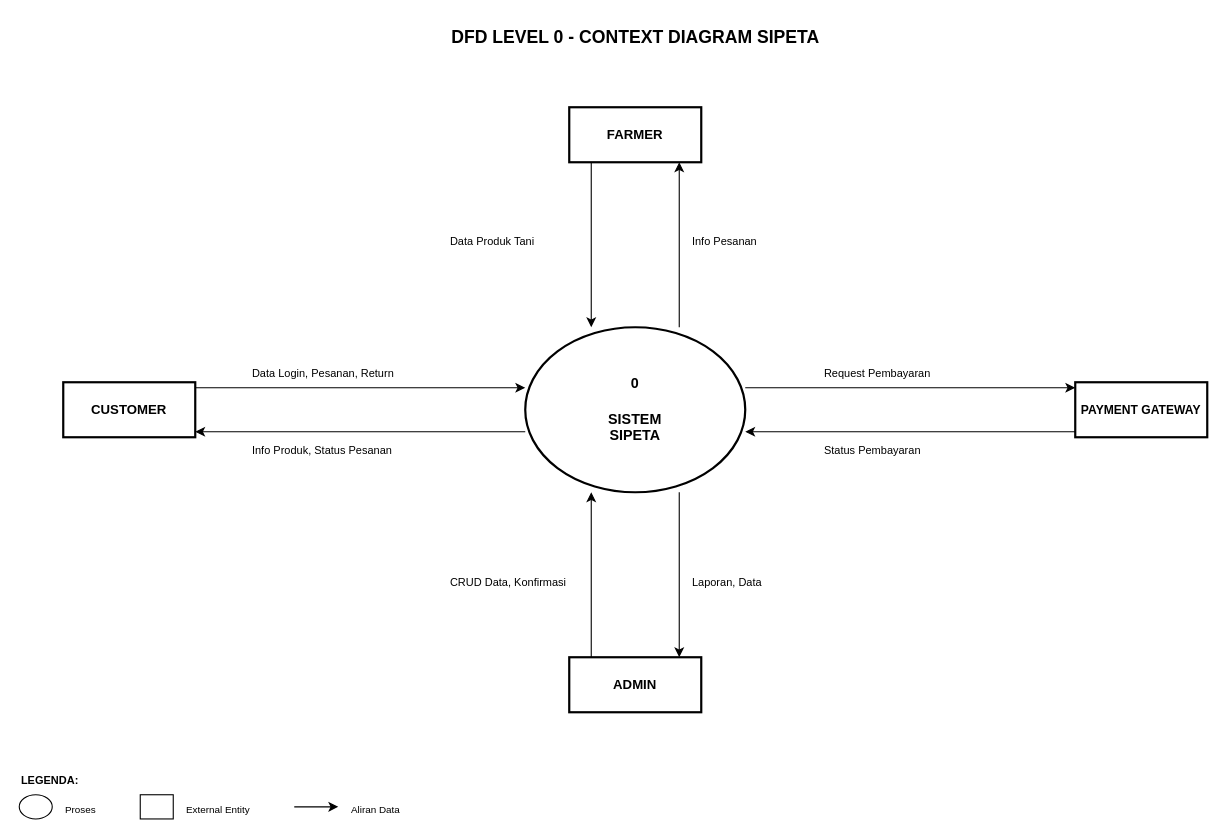
The draw.io diagram docs/sipeta_dfd_level0.drawio in ANNN0/SIPETA, before the edit. Source tidied: cells renumbered, new cells numbered last; positions are measured from the earlier drawing's top-left corner, leaving out a move shared by most shapes. Both pictures are drawn from the tidied source at 110%, with x=0, y=0 at pixel (19, 19).
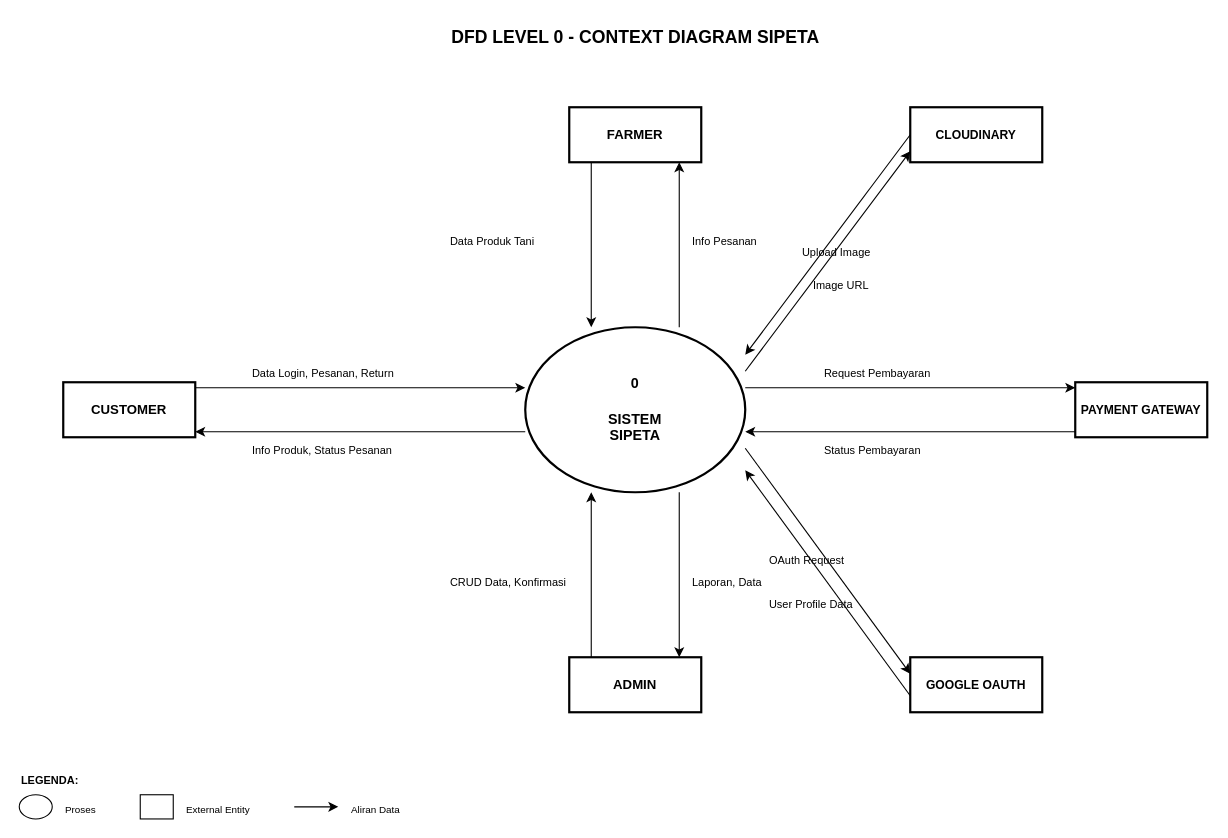
The same page after the edit.

Diff of the diagram source:
```diff
@@
+    <mxCell id="31" value="CLOUDINARY" style="rounded=0;whiteSpace=wrap;html=1;fillColor=#FFFFFF;strokeColor=#000000;strokeWidth=2;fontStyle=1;fontSize=11;" parent="1" vertex="1">
+      <mxGeometry x="810" y="80" width="120" height="50" as="geometry" />
+    </mxCell>
+    <mxCell id="32" value="GOOGLE OAUTH" style="rounded=0;whiteSpace=wrap;html=1;fillColor=#FFFFFF;strokeColor=#000000;strokeWidth=2;fontStyle=1;fontSize=11;" parent="1" vertex="1">
+      <mxGeometry x="810" y="580" width="120" height="50" as="geometry" />
+    </mxCell>
+    <mxCell id="33" style="endArrow=classic;html=1;strokeColor=#000000;strokeWidth=1;" parent="1" edge="1">
+      <mxGeometry relative="1" as="geometry">
+        <mxPoint x="660" y="320" as="sourcePoint" />
+        <mxPoint x="810" y="120" as="targetPoint" />
+      </mxGeometry>
+    </mxCell>
+    <mxCell id="34" value="Upload Image" style="text;html=1;strokeColor=none;fillColor=none;fontSize=10;" parent="1" vertex="1">
+      <mxGeometry x="710" y="200" width="90" height="20" as="geometry" />
+    </mxCell>
+    <mxCell id="35" style="endArrow=classic;html=1;strokeColor=#000000;strokeWidth=1;" parent="1" edge="1">
+      <mxGeometry relative="1" as="geometry">
+        <mxPoint x="810" y="105" as="sourcePoint" />
+        <mxPoint x="660" y="305" as="targetPoint" />
+      </mxGeometry>
+    </mxCell>
+    <mxCell id="36" value="Image URL" style="text;html=1;strokeColor=none;fillColor=none;fontSize=10;" parent="1" vertex="1">
+      <mxGeometry x="720" y="230" width="80" height="20" as="geometry" />
+    </mxCell>
+    <mxCell id="37" style="endArrow=classic;html=1;strokeColor=#000000;strokeWidth=1;" parent="1" edge="1">
+      <mxGeometry relative="1" as="geometry">
+        <mxPoint x="660" y="390" as="sourcePoint" />
+        <mxPoint x="810" y="595" as="targetPoint" />
+      </mxGeometry>
+    </mxCell>
+    <mxCell id="38" value="OAuth Request" style="text;html=1;strokeColor=none;fillColor=none;fontSize=10;" parent="1" vertex="1">
+      <mxGeometry x="680" y="480" width="100" height="20" as="geometry" />
+    </mxCell>
+    <mxCell id="39" style="endArrow=classic;html=1;strokeColor=#000000;strokeWidth=1;" parent="1" edge="1">
+      <mxGeometry relative="1" as="geometry">
+        <mxPoint x="810" y="615" as="sourcePoint" />
+        <mxPoint x="660" y="410" as="targetPoint" />
+      </mxGeometry>
+    </mxCell>
+    <mxCell id="40" value="User Profile Data" style="text;html=1;strokeColor=none;fillColor=none;fontSize=10;" parent="1" vertex="1">
+      <mxGeometry x="680" y="520" width="110" height="20" as="geometry" />
+    </mxCell>
```
